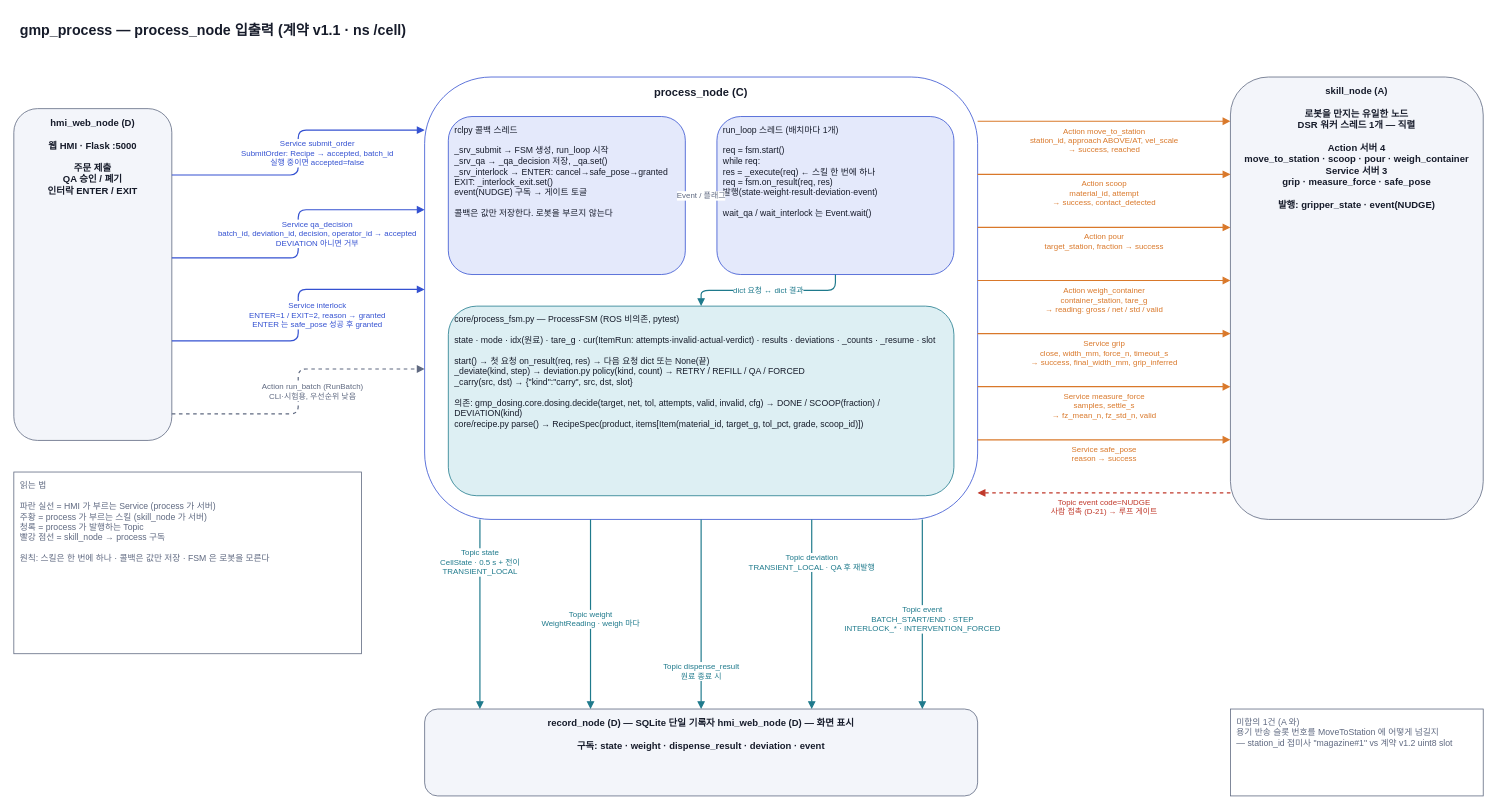
Earlier version of the draw.io diagram page "1 노드 입출력" (1 of 4) of docs/diagrams/process_flow.drawio (Jik-Kim/auto-pharmacist). Source tidied: cells renumbered, new cells numbered last; positions are measured from the earlier drawing's top-left corner, leaving out a move shared by most shapes. Both pictures are drawn from the tidied source at 79%, with x=0, y=0 at pixel (13, 13).
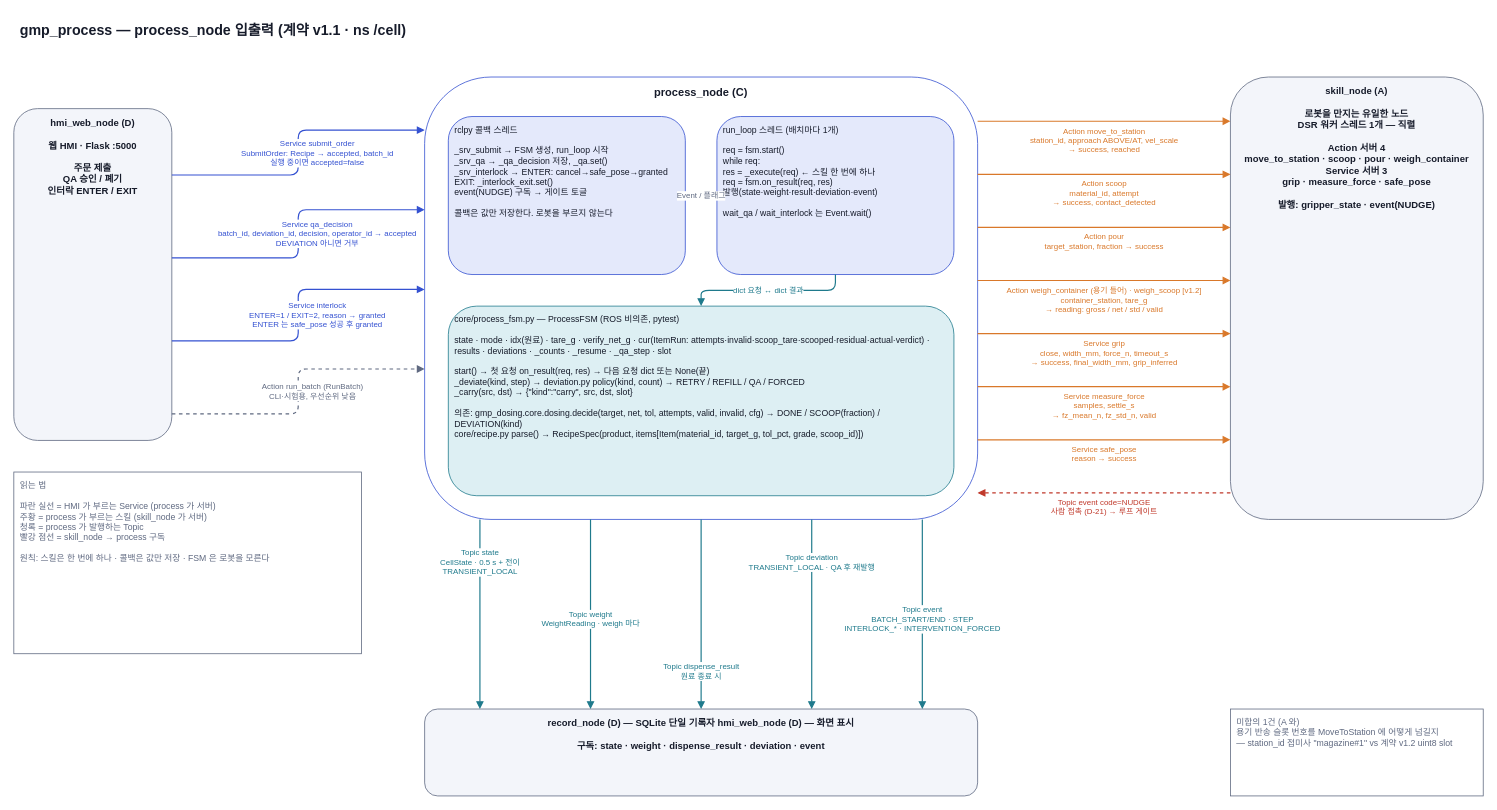
After the change.

The change refers to these unchanged cells:
```xml
<mxCell id="4" value="process_node (C)" style="rounded=1;whiteSpace=wrap;html=1;fillColor=#FFFFFF;strokeColor=#3451D1;fontColor=#161B2A;fontSize=14;align=center;verticalAlign=top;spacingTop=4;spacingLeft=6;spacingRight=6;fontStyle=1;" parent="1" vertex="1">
  <mxGeometry x="520" y="80" width="700" height="560" as="geometry" />
</mxCell>
<mxCell id="10" value="skill_node (A)&lt;br&gt;&lt;br&gt;로봇을 만지는 유일한 노드&lt;br&gt;DSR 워커 스레드 1개 — 직렬&lt;br&gt;&lt;br&gt;Action 서버 4&lt;br&gt;  move_to_station · scoop · pour · weigh_container&lt;br&gt;Service 서버 3&lt;br&gt;  grip · measure_force · safe_pose&lt;br&gt;&lt;br&gt;발행: gripper_state · event(NUDGE)" style="rounded=1;whiteSpace=wrap;html=1;fillColor=#F3F5FA;strokeColor=#5F6980;fontColor=#161B2A;fontSize=12;align=center;verticalAlign=top;spacingTop=4;spacingLeft=6;spacingRight=6;fontStyle=1;" parent="1" vertex="1">
  <mxGeometry x="1540" y="80" width="320" height="560" as="geometry" />
</mxCell>
```

The edit, as a diff of the source:
```diff
@@
-    <mxCell id="7" value="core/process_fsm.py — ProcessFSM (ROS 비의존, pytest)&lt;br&gt;&lt;br&gt;state · mode · idx(원료) · tare_g · cur(ItemRun: attempts·invalid·actual·verdict) · results · deviations · _counts · _resume · slot&lt;br&gt;&lt;br&gt;start() → 첫 요청     on_result(req, res) → 다음 요청 dict 또는 None(끝)&lt;br&gt;_deviate(kind, step) → deviation.py policy(kind, count) → RETRY / REFILL / QA / FORCED&lt;br&gt;_carry(src, dst) → {&quot;kind&quot;:&quot;carry&quot;, src, dst, slot}&lt;br&gt;&lt;br&gt;의존: gmp_dosing.core.dosing.decide(target, net, tol, attempts, valid, invalid, cfg) → DONE / SCOOP(fraction) / DEVIATION(kind)&lt;br&gt;        core/recipe.py parse() → RecipeSpec(product, items[Item(material_id, target_g, tol_pct, grade, scoop_id)])" style="rounded=1;whiteSpace=wrap;html=1;fillColor=#DDEFF3;strokeColor=#1F7A8C;fontColor=#161B2A;fontSize=11;align=left;verticalAlign=top;spacingTop=4;spacingLeft=6;spacingRight=6;" parent="1" vertex="1">
+    <mxCell id="7" value="core/process_fsm.py — ProcessFSM (ROS 비의존, pytest)&lt;br&gt;&lt;br&gt;state · mode · idx(원료) · tare_g · verify_net_g · cur(ItemRun: attempts·invalid·scoop_tare·scooped·residual·actual·verdict) · results · deviations · _counts · _resume · _qa_step · slot&lt;br&gt;&lt;br&gt;start() → 첫 요청     on_result(req, res) → 다음 요청 dict 또는 None(끝)&lt;br&gt;_deviate(kind, step) → deviation.py policy(kind, count) → RETRY / REFILL / QA / FORCED&lt;br&gt;_carry(src, dst) → {&quot;kind&quot;:&quot;carry&quot;, src, dst, slot}&lt;br&gt;&lt;br&gt;의존: gmp_dosing.core.dosing.decide(target, net, tol, attempts, valid, invalid, cfg) → DONE / SCOOP(fraction) / DEVIATION(kind)&lt;br&gt;        core/recipe.py parse() → RecipeSpec(product, items[Item(material_id, target_g, tol_pct, grade, scoop_id)])" style="rounded=1;whiteSpace=wrap;html=1;fillColor=#DDEFF3;strokeColor=#1F7A8C;fontColor=#161B2A;fontSize=11;align=left;verticalAlign=top;spacingTop=4;spacingLeft=6;spacingRight=6;" parent="1" vertex="1">
       <mxGeometry x="550" y="370" width="640" height="240" as="geometry" />
     </mxCell>
@@
-    <mxCell id="19" value="Action weigh_container&lt;br&gt;container_station, tare_g&lt;br&gt;→ reading: gross / net / std / valid" style="edgeStyle=orthogonalEdgeStyle;rounded=1;html=1;endArrow=block;endFill=1;strokeColor=#D9782A;strokeWidth=1.5;fontColor=#D9782A;fontSize=10;labelBackgroundColor=#FFFFFF;exitX=1;exitY=0.46;exitDx=0;exitDy=0;entryX=0;entryY=0.46;entryDx=0;entryDy=0;" parent="1" edge="1" source="4" target="10">
+    <mxCell id="19" value="Action weigh_container (용기 들어) · weigh_scoop [v1.2]&lt;br&gt;container_station, tare_g&lt;br&gt;→ reading: gross / net / std / valid" style="edgeStyle=orthogonalEdgeStyle;rounded=1;html=1;endArrow=block;endFill=1;strokeColor=#D9782A;strokeWidth=1.5;fontColor=#D9782A;fontSize=10;labelBackgroundColor=#FFFFFF;exitX=1;exitY=0.46;exitDx=0;exitDy=0;entryX=0;entryY=0.46;entryDx=0;entryDy=0;" parent="1" edge="1" source="4" target="10">
       <mxGeometry y="-24" relative="1" as="geometry" />
     </mxCell>
```
